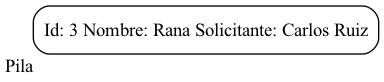
The Graphviz diagram Proyecto1/reports/pile.png in marcosbondel/IPC2_ProyectoVD2024_202202410, before a commit. Its source is kept beside it as Proyecto1/dot_reports/pile.dot.
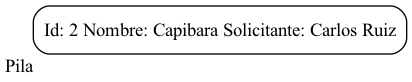
After the change.

Change to the diagram source:
```diff
@@ -1,7 +1,7 @@
 digraph G {
             rankdir=LR;
             node[shape=Mrecord];
-        Pila[xlabel="Pila" label="Id: 3
- Nombre: Rana
+        Pila[xlabel="Pila" label="Id: 2
+ Nombre: Capibara
  Solicitante: Carlos Ruiz"];
 }
```
